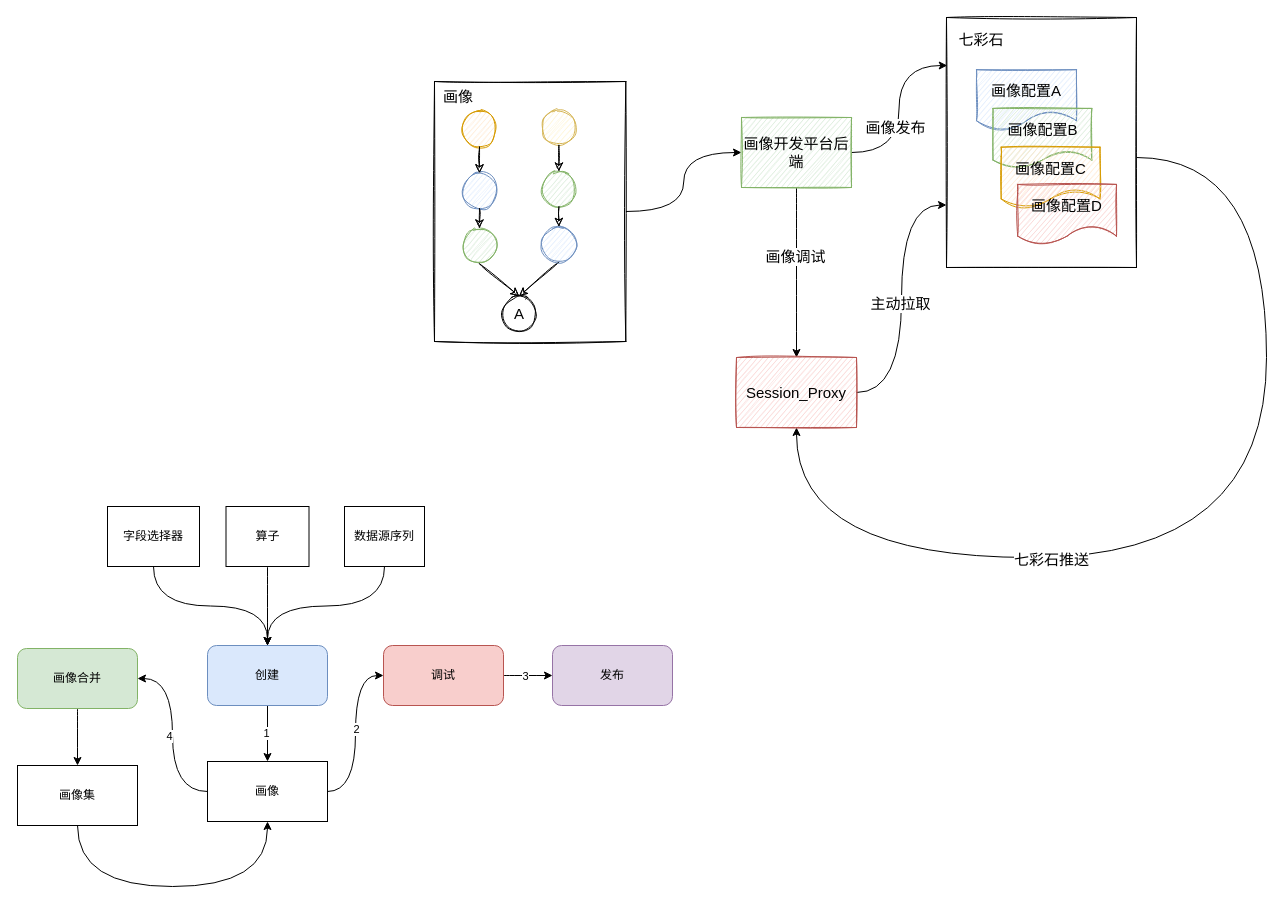
Earlier version of the draw.io diagram page "第 5 页" (5 of 7) of 未命名绘图.drawio (nullbull/uml). Source tidied: cells renumbered, new cells numbered last; positions are measured from the earlier drawing's top-left corner, leaving out a move shared by most shapes. Both pictures are drawn from the tidied source at 100%, with x=0, y=0 at pixel (17, 17).
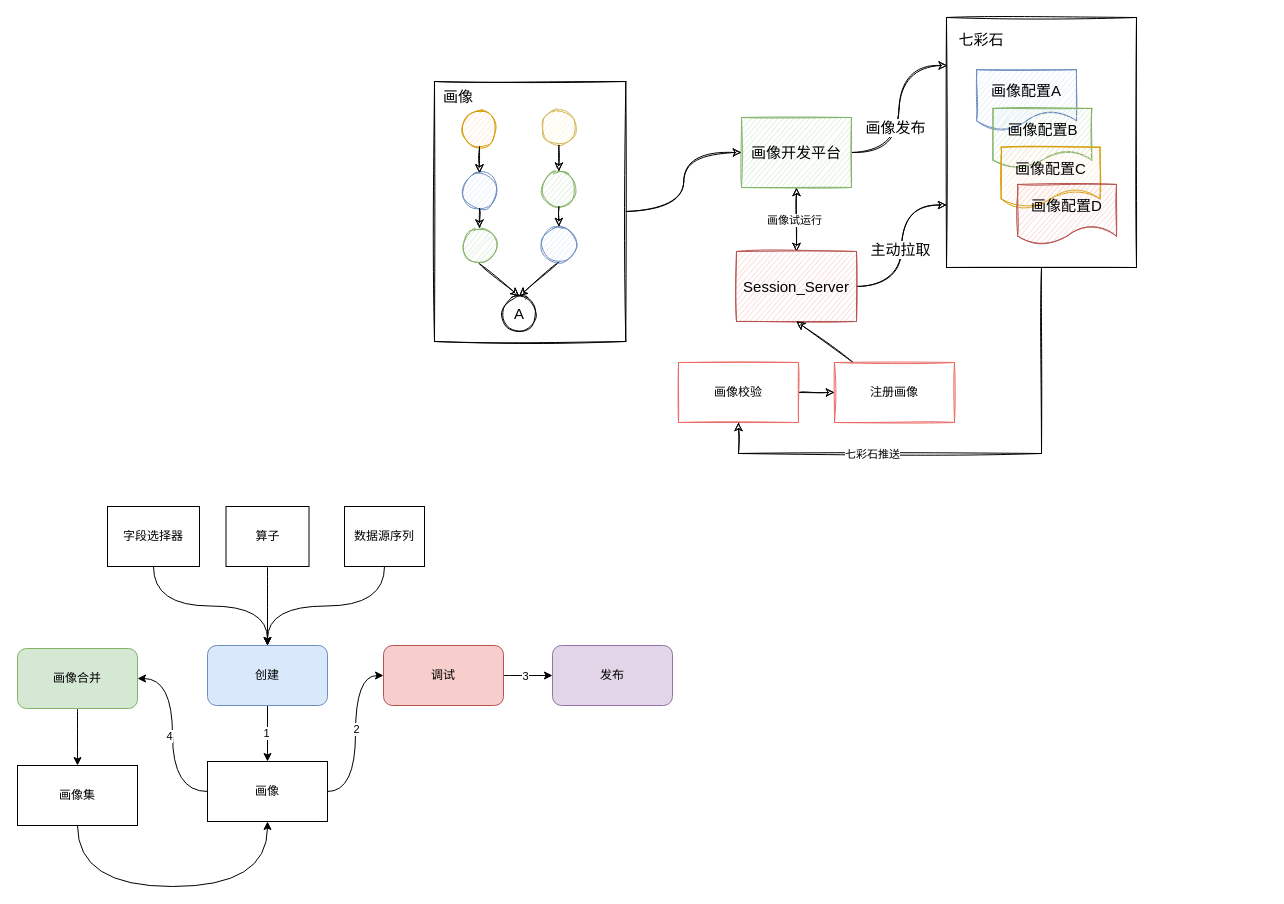
The same diagram, later.

Unchanged cells that the change refers to:
```xml
<mxCell id="4" style="rounded=0;whiteSpace=wrap;html=1;sketch=1;fontSize=15;" parent="1" vertex="1">
  <mxGeometry x="929" width="190" height="250" as="geometry" />
</mxCell>
<mxCell id="21" style="rounded=0;whiteSpace=wrap;html=1;sketch=1;fontSize=15;" parent="20" vertex="1">
  <mxGeometry x="34" y="-4" width="191.3" height="260" as="geometry" />
</mxCell>
```

Change to the diagram source:
```diff
@@
-    <mxCell id="2" style="edgeStyle=orthogonalEdgeStyle;curved=1;rounded=0;jettySize=auto;html=1;entryX=0.5;entryY=1;entryDx=0;entryDy=0;fontSize=15;" parent="1" edge="1" source="4" target="18">
-      <mxGeometry relative="1" as="geometry">
-        <Array as="points">
-          <mxPoint x="1249" y="140" />
-          <mxPoint x="1249" y="540" />
-          <mxPoint x="779" y="540" />
-        </Array>
-      </mxGeometry>
-    </mxCell>
-    <mxCell id="3" value="七彩石推送" style="edgeLabel;html=1;align=center;verticalAlign=middle;fontSize=15;" parent="2" vertex="1">
-      <mxGeometry x="0.32" y="1" relative="1" as="geometry" />
-    </mxCell>
@@
-    <mxCell id="5" style="edgeStyle=orthogonalEdgeStyle;curved=1;rounded=0;jettySize=auto;html=1;entryX=0;entryY=0.5;entryDx=0;entryDy=0;fontSize=15;" parent="1" edge="1" source="21" target="10">
+    <mxCell id="5" style="edgeStyle=orthogonalEdgeStyle;curved=1;rounded=0;jettySize=auto;html=1;entryX=0;entryY=0.5;entryDx=0;entryDy=0;fontSize=15;sketch=1;" parent="1" edge="1" source="21" target="10">
       <mxGeometry relative="1" as="geometry" />
     </mxCell>
-    <mxCell id="6" style="edgeStyle=orthogonalEdgeStyle;curved=1;rounded=0;jettySize=auto;html=1;entryX=0.004;entryY=0.192;entryDx=0;entryDy=0;entryPerimeter=0;fontSize=15;" parent="1" edge="1" source="10" target="4">
+    <mxCell id="6" style="edgeStyle=orthogonalEdgeStyle;curved=1;rounded=0;jettySize=auto;html=1;entryX=0.004;entryY=0.192;entryDx=0;entryDy=0;entryPerimeter=0;fontSize=15;sketch=1;" parent="1" edge="1" source="10" target="4">
       <mxGeometry relative="1" as="geometry" />
     </mxCell>
@@
-    <mxCell id="8" style="edgeStyle=orthogonalEdgeStyle;curved=1;rounded=0;jettySize=auto;html=1;entryX=0.5;entryY=0;entryDx=0;entryDy=0;fontSize=15;" parent="1" edge="1" source="10" target="18">
+    <mxCell id="8" style="edgeStyle=orthogonalEdgeStyle;rounded=0;sketch=1;jettySize=auto;html=1;entryX=0.5;entryY=0;entryDx=0;entryDy=0;strokeWidth=1;startArrow=classic;startFill=1;" parent="1" edge="1" source="10" target="18">
       <mxGeometry relative="1" as="geometry" />
     </mxCell>
-    <mxCell id="9" value="画像调试" style="edgeLabel;html=1;align=center;verticalAlign=middle;fontSize=15;" parent="8" vertex="1">
-      <mxGeometry x="-0.21" y="-2" relative="1" as="geometry">
-        <mxPoint y="1" as="offset" />
-      </mxGeometry>
-    </mxCell>
+    <mxCell id="59" value="画像试运行" style="edgeLabel;html=1;align=center;verticalAlign=middle;" parent="8" vertex="1">
+      <mxGeometry x="-0.19" y="4" relative="1" as="geometry">
+        <mxPoint x="-7" y="6" as="offset" />
+      </mxGeometry>
+    </mxCell>
-    <mxCell id="10" value="画像开发平台后端" style="rounded=0;whiteSpace=wrap;html=1;sketch=1;fontSize=15;fillColor=#d5e8d4;strokeColor=#82b366;" parent="1" vertex="1">
+    <mxCell id="10" value="画像开发平台" style="rounded=0;whiteSpace=wrap;html=1;sketch=1;fontSize=15;fillColor=#d5e8d4;strokeColor=#82b366;" parent="1" vertex="1">
       <mxGeometry x="724" y="100" width="110" height="70" as="geometry" />
     </mxCell>
@@
-    <mxCell id="16" style="edgeStyle=orthogonalEdgeStyle;curved=1;rounded=0;jettySize=auto;html=1;entryX=0;entryY=0.75;entryDx=0;entryDy=0;fontSize=15;" parent="1" edge="1" source="18" target="4">
+    <mxCell id="16" style="edgeStyle=orthogonalEdgeStyle;curved=1;rounded=0;jettySize=auto;html=1;entryX=0;entryY=0.75;entryDx=0;entryDy=0;fontSize=15;sketch=1;" parent="1" edge="1" source="18" target="4">
       <mxGeometry relative="1" as="geometry" />
     </mxCell>
@@
-    <mxCell id="18" value="Session_Proxy" style="rounded=0;whiteSpace=wrap;html=1;sketch=1;fontSize=15;fillColor=#f8cecc;strokeColor=#b85450;" parent="1" vertex="1">
-      <mxGeometry x="719" y="340" width="120" height="70" as="geometry" />
+    <mxCell id="18" value="Session_Server" style="rounded=0;whiteSpace=wrap;html=1;sketch=1;fontSize=15;fillColor=#f8cecc;strokeColor=#b85450;" parent="1" vertex="1">
+      <mxGeometry x="719" y="234" width="120" height="70" as="geometry" />
     </mxCell>
@@
+    <mxCell id="60" style="edgeStyle=none;rounded=0;sketch=1;jettySize=auto;html=1;entryX=0;entryY=0.5;entryDx=0;entryDy=0;strokeWidth=1;" parent="1" edge="1" source="61" target="63">
+      <mxGeometry relative="1" as="geometry" />
+    </mxCell>
+    <mxCell id="61" value="画像校验" style="rounded=0;whiteSpace=wrap;html=1;sketch=1;strokeColor=#EA6B66;strokeWidth=1;" parent="1" vertex="1">
+      <mxGeometry x="661" y="345" width="120" height="60" as="geometry" />
+    </mxCell>
+    <mxCell id="62" style="edgeStyle=none;rounded=0;sketch=1;jettySize=auto;html=1;entryX=0.5;entryY=1;entryDx=0;entryDy=0;strokeWidth=1;" parent="1" edge="1" source="63" target="18">
+      <mxGeometry relative="1" as="geometry" />
+    </mxCell>
+    <mxCell id="63" value="注册画像" style="rounded=0;whiteSpace=wrap;html=1;sketch=1;strokeColor=#EA6B66;strokeWidth=1;" parent="1" vertex="1">
+      <mxGeometry x="817" y="345" width="120" height="60" as="geometry" />
+    </mxCell>
+    <mxCell id="64" style="rounded=0;sketch=1;jettySize=auto;html=1;exitX=0.5;exitY=1;exitDx=0;exitDy=0;strokeWidth=1;edgeStyle=orthogonalEdgeStyle;entryX=0.5;entryY=1;entryDx=0;entryDy=0;" parent="1" edge="1" source="4" target="61">
+      <mxGeometry relative="1" as="geometry">
+        <Array as="points">
+          <mxPoint x="1024" y="436" />
+          <mxPoint x="721" y="436" />
+        </Array>
+      </mxGeometry>
+    </mxCell>
+    <mxCell id="3" value="七彩石推送" style="edgeLabel;html=1;align=center;verticalAlign=middle;" parent="64" vertex="1">
+      <mxGeometry x="0.37" relative="1" as="geometry" />
+    </mxCell>
```
